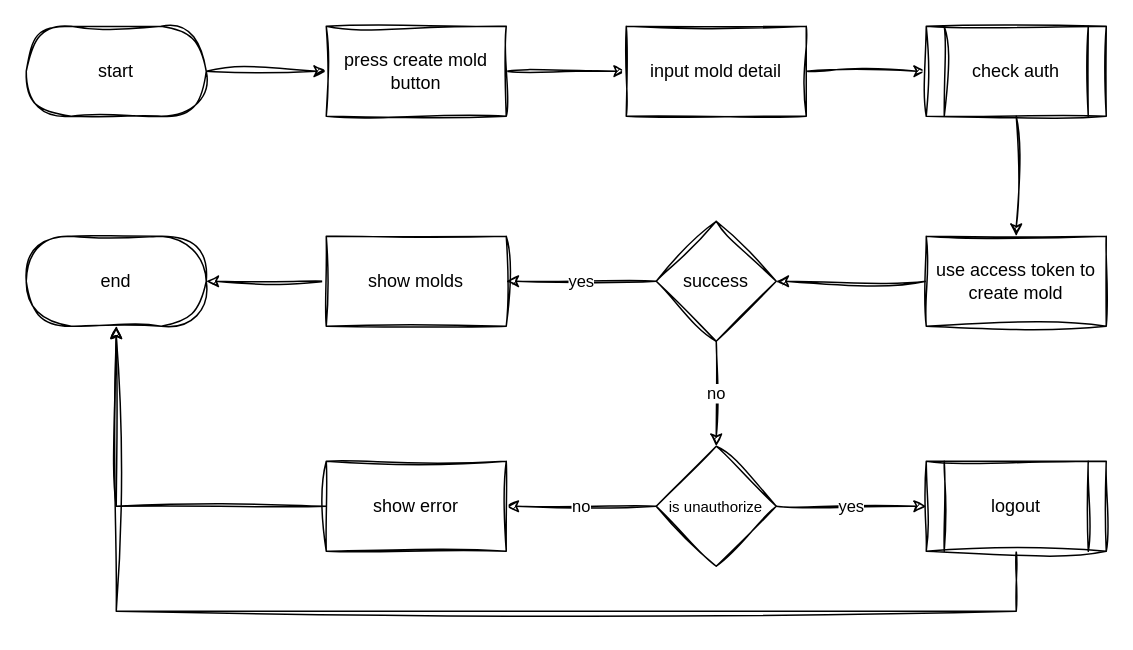
Earlier version of the draw.io diagram page "create mold" (41 of 44) of docs/drawio/activity/activity_baseadmin.drawio (ssszZ-TH/party_fullstack_docker5). Source tidied: cells renumbered, new cells numbered last; positions are measured from the earlier drawing's top-left corner, leaving out a move shared by most shapes. Both pictures are drawn from the tidied source at 150%, with x=0, y=0 at pixel (26, 26).
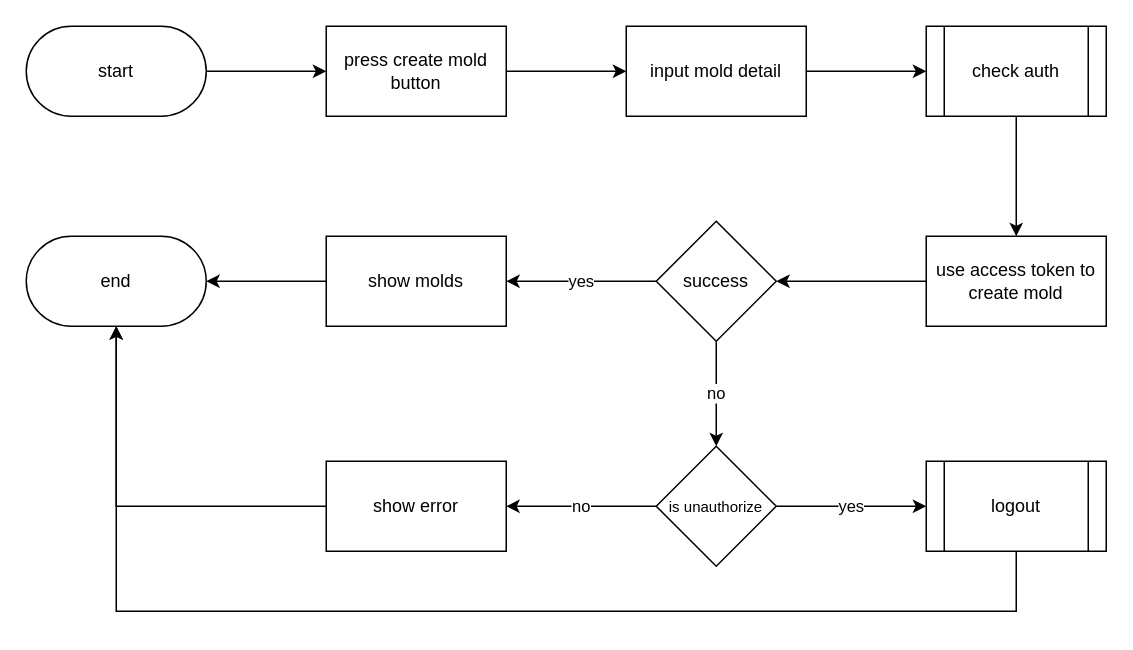
After the change.

What changed in the source:
```diff
@@
-    <mxCell id="2" style="edgeStyle=orthogonalEdgeStyle;rounded=0;jettySize=auto;html=1;sketch=1;curveFitting=1;jiggle=2;" parent="1" edge="1" source="3" target="6">
+    <mxCell id="2" style="edgeStyle=orthogonalEdgeStyle;rounded=0;jettySize=auto;html=1;" parent="1" edge="1" source="3" target="6">
       <mxGeometry relative="1" as="geometry" />
     </mxCell>
-    <mxCell id="3" value="start" style="rounded=1;whiteSpace=wrap;html=1;arcSize=50;sketch=1;curveFitting=1;jiggle=2;" parent="1" vertex="1">
+    <mxCell id="3" value="start" style="rounded=1;whiteSpace=wrap;html=1;arcSize=50;" parent="1" vertex="1">
       <mxGeometry width="120" height="60" as="geometry" />
     </mxCell>
-    <mxCell id="4" value="end" style="rounded=1;whiteSpace=wrap;html=1;arcSize=50;sketch=1;curveFitting=1;jiggle=2;" parent="1" vertex="1">
+    <mxCell id="4" value="end" style="rounded=1;whiteSpace=wrap;html=1;arcSize=50;" parent="1" vertex="1">
       <mxGeometry y="140" width="120" height="60" as="geometry" />
     </mxCell>
-    <mxCell id="5" style="edgeStyle=orthogonalEdgeStyle;rounded=0;jettySize=auto;html=1;sketch=1;curveFitting=1;jiggle=2;" parent="1" edge="1" source="6" target="8">
+    <mxCell id="5" style="edgeStyle=orthogonalEdgeStyle;rounded=0;jettySize=auto;html=1;" parent="1" edge="1" source="6" target="8">
       <mxGeometry relative="1" as="geometry" />
     </mxCell>
-    <mxCell id="6" value="press create mold button" style="whiteSpace=wrap;html=1;rounded=0;arcSize=50;sketch=1;curveFitting=1;jiggle=2;" parent="1" vertex="1">
+    <mxCell id="6" value="press create mold button" style="whiteSpace=wrap;html=1;rounded=0;arcSize=50;" parent="1" vertex="1">
       <mxGeometry x="200" width="120" height="60" as="geometry" />
     </mxCell>
-    <mxCell id="7" style="edgeStyle=orthogonalEdgeStyle;rounded=0;jettySize=auto;html=1;sketch=1;curveFitting=1;jiggle=2;" parent="1" edge="1" source="8" target="10">
+    <mxCell id="7" style="edgeStyle=orthogonalEdgeStyle;rounded=0;jettySize=auto;html=1;" parent="1" edge="1" source="8" target="10">
       <mxGeometry relative="1" as="geometry" />
     </mxCell>
-    <mxCell id="8" value="input mold detail" style="whiteSpace=wrap;html=1;rounded=0;arcSize=50;sketch=1;curveFitting=1;jiggle=2;" parent="1" vertex="1">
+    <mxCell id="8" value="input mold detail" style="whiteSpace=wrap;html=1;rounded=0;arcSize=50;" parent="1" vertex="1">
       <mxGeometry x="400" width="120" height="60" as="geometry" />
     </mxCell>
-    <mxCell id="9" style="edgeStyle=orthogonalEdgeStyle;rounded=0;jettySize=auto;html=1;sketch=1;curveFitting=1;jiggle=2;" parent="1" edge="1" source="10" target="12">
+    <mxCell id="9" style="edgeStyle=orthogonalEdgeStyle;rounded=0;jettySize=auto;html=1;" parent="1" edge="1" source="10" target="12">
       <mxGeometry relative="1" as="geometry" />
     </mxCell>
-    <mxCell id="10" value="check auth" style="shape=process;whiteSpace=wrap;html=1;backgroundOutline=1;sketch=1;curveFitting=1;jiggle=2;" parent="1" vertex="1">
+    <mxCell id="10" value="check auth" style="shape=process;whiteSpace=wrap;html=1;backgroundOutline=1;" parent="1" vertex="1">
       <mxGeometry x="600" width="120" height="60" as="geometry" />
     </mxCell>
-    <mxCell id="11" style="edgeStyle=orthogonalEdgeStyle;rounded=0;jettySize=auto;html=1;sketch=1;curveFitting=1;jiggle=2;" parent="1" edge="1" source="12" target="15">
+    <mxCell id="11" style="edgeStyle=orthogonalEdgeStyle;rounded=0;jettySize=auto;html=1;" parent="1" edge="1" source="12" target="15">
       <mxGeometry relative="1" as="geometry" />
     </mxCell>
-    <mxCell id="12" value="use access token to create mold" style="whiteSpace=wrap;html=1;sketch=1;curveFitting=1;jiggle=2;" parent="1" vertex="1">
+    <mxCell id="12" value="use access token to create mold" style="whiteSpace=wrap;html=1;" parent="1" vertex="1">
       <mxGeometry x="600" y="140" width="120" height="60" as="geometry" />
     </mxCell>
-    <mxCell id="13" value="yes" style="edgeStyle=orthogonalEdgeStyle;rounded=0;jettySize=auto;html=1;sketch=1;curveFitting=1;jiggle=2;" parent="1" edge="1" source="15" target="17">
+    <mxCell id="13" value="yes" style="edgeStyle=orthogonalEdgeStyle;rounded=0;jettySize=auto;html=1;" parent="1" edge="1" source="15" target="17">
       <mxGeometry relative="1" as="geometry" />
     </mxCell>
-    <mxCell id="14" value="no" style="edgeStyle=orthogonalEdgeStyle;rounded=0;jettySize=auto;html=1;sketch=1;curveFitting=1;jiggle=2;" parent="1" edge="1" source="15" target="20">
+    <mxCell id="14" value="no" style="edgeStyle=orthogonalEdgeStyle;rounded=0;jettySize=auto;html=1;" parent="1" edge="1" source="15" target="20">
       <mxGeometry relative="1" as="geometry" />
     </mxCell>
-    <mxCell id="15" value="success" style="rhombus;whiteSpace=wrap;html=1;sketch=1;curveFitting=1;jiggle=2;" parent="1" vertex="1">
+    <mxCell id="15" value="success" style="rhombus;whiteSpace=wrap;html=1;" parent="1" vertex="1">
       <mxGeometry x="420" y="130" width="80" height="80" as="geometry" />
     </mxCell>
-    <mxCell id="16" style="edgeStyle=orthogonalEdgeStyle;rounded=0;jettySize=auto;html=1;sketch=1;curveFitting=1;jiggle=2;" parent="1" edge="1" source="17" target="4">
+    <mxCell id="16" style="edgeStyle=orthogonalEdgeStyle;rounded=0;jettySize=auto;html=1;" parent="1" edge="1" source="17" target="4">
       <mxGeometry relative="1" as="geometry" />
     </mxCell>
-    <mxCell id="17" value="show molds" style="rounded=0;whiteSpace=wrap;html=1;sketch=1;curveFitting=1;jiggle=2;" parent="1" vertex="1">
+    <mxCell id="17" value="show molds" style="rounded=0;whiteSpace=wrap;html=1;" parent="1" vertex="1">
       <mxGeometry x="200" y="140" width="120" height="60" as="geometry" />
     </mxCell>
-    <mxCell id="18" value="no" style="edgeStyle=orthogonalEdgeStyle;rounded=0;jettySize=auto;html=1;sketch=1;curveFitting=1;jiggle=2;" parent="1" edge="1" source="20" target="24">
+    <mxCell id="18" value="no" style="edgeStyle=orthogonalEdgeStyle;rounded=0;jettySize=auto;html=1;" parent="1" edge="1" source="20" target="24">
       <mxGeometry relative="1" as="geometry" />
     </mxCell>
-    <mxCell id="19" value="yes" style="edgeStyle=orthogonalEdgeStyle;rounded=0;jettySize=auto;html=1;sketch=1;curveFitting=1;jiggle=2;" parent="1" edge="1" source="20" target="22">
+    <mxCell id="19" value="yes" style="edgeStyle=orthogonalEdgeStyle;rounded=0;jettySize=auto;html=1;" parent="1" edge="1" source="20" target="22">
       <mxGeometry relative="1" as="geometry" />
     </mxCell>
-    <mxCell id="20" value="&lt;font style=&quot;font-size: 10px;&quot;&gt;is unauthorize&lt;/font&gt;" style="rhombus;whiteSpace=wrap;html=1;sketch=1;curveFitting=1;jiggle=2;" parent="1" vertex="1">
+    <mxCell id="20" value="&lt;font style=&quot;font-size: 10px;&quot;&gt;is unauthorize&lt;/font&gt;" style="rhombus;whiteSpace=wrap;html=1;" parent="1" vertex="1">
       <mxGeometry x="420" y="280" width="80" height="80" as="geometry" />
     </mxCell>
-    <mxCell id="21" style="edgeStyle=orthogonalEdgeStyle;rounded=0;jettySize=auto;html=1;sketch=1;curveFitting=1;jiggle=2;" parent="1" edge="1" source="22" target="4">
+    <mxCell id="21" style="edgeStyle=orthogonalEdgeStyle;rounded=0;jettySize=auto;html=1;" parent="1" edge="1" source="22" target="4">
       <mxGeometry relative="1" as="geometry">
         <Array as="points">
           <mxPoint x="660" y="390" />
           <mxPoint x="60" y="390" />
         </Array>
       </mxGeometry>
     </mxCell>
-    <mxCell id="22" value="logout" style="shape=process;whiteSpace=wrap;html=1;backgroundOutline=1;sketch=1;curveFitting=1;jiggle=2;" parent="1" vertex="1">
+    <mxCell id="22" value="logout" style="shape=process;whiteSpace=wrap;html=1;backgroundOutline=1;" parent="1" vertex="1">
       <mxGeometry x="600" y="290" width="120" height="60" as="geometry" />
     </mxCell>
-    <mxCell id="23" style="edgeStyle=orthogonalEdgeStyle;rounded=0;jettySize=auto;html=1;sketch=1;curveFitting=1;jiggle=2;" parent="1" edge="1" source="24" target="4">
+    <mxCell id="23" style="edgeStyle=orthogonalEdgeStyle;rounded=0;jettySize=auto;html=1;" parent="1" edge="1" source="24" target="4">
       <mxGeometry relative="1" as="geometry" />
     </mxCell>
-    <mxCell id="24" value="show error" style="rounded=0;whiteSpace=wrap;html=1;sketch=1;curveFitting=1;jiggle=2;" parent="1" vertex="1">
+    <mxCell id="24" value="show error" style="rounded=0;whiteSpace=wrap;html=1;" parent="1" vertex="1">
       <mxGeometry x="200" y="290" width="120" height="60" as="geometry" />
     </mxCell>
```
